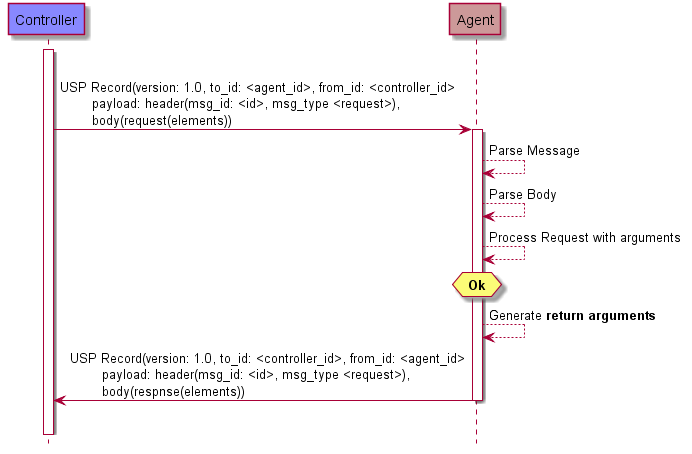
This is specification/messages/successful_response.png from BroadbandForum/usp, a PlantUML export, as it was before one commit.
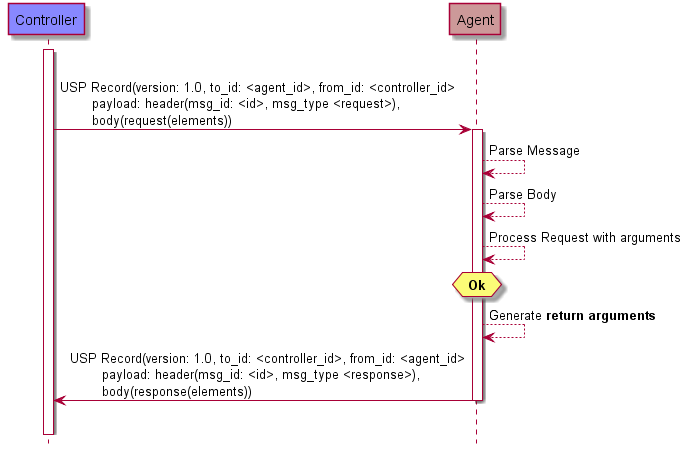
The same diagram one commit later.

The edit, as a diff of the source:
```diff
@@ -16,7 +16,7 @@
 hnote over A : ** Ok **
 A-->A: Generate **return arguments**
 
-A -> C: USP Record(version: 1.0, to_id: <controller_id>, from_id: <agent_id>\n\tpayload: header(msg_id: <id>, msg_type <request>),\n\tbody(respnse(elements))
+A -> C: USP Record(version: 1.0, to_id: <controller_id>, from_id: <agent_id>\n\tpayload: header(msg_id: <id>, msg_type <response>),\n\tbody(response(elements))
 deactivate A
 |||
 @enduml
```
